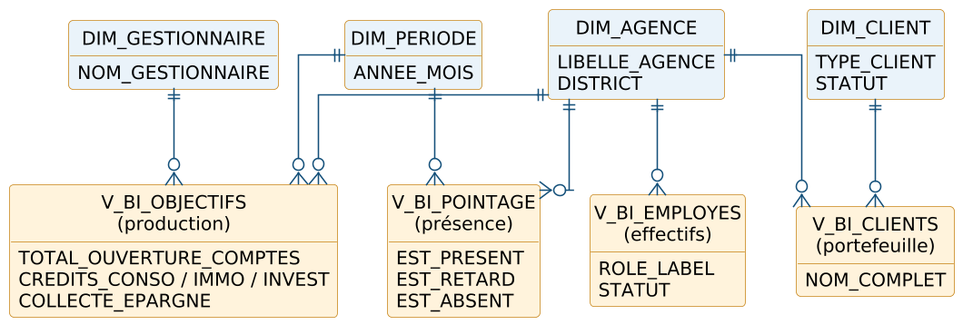
Above: rapport-latex/diagrams/bi.png in ZizouX0/oussema_korbosli (PlantUML), before the change.
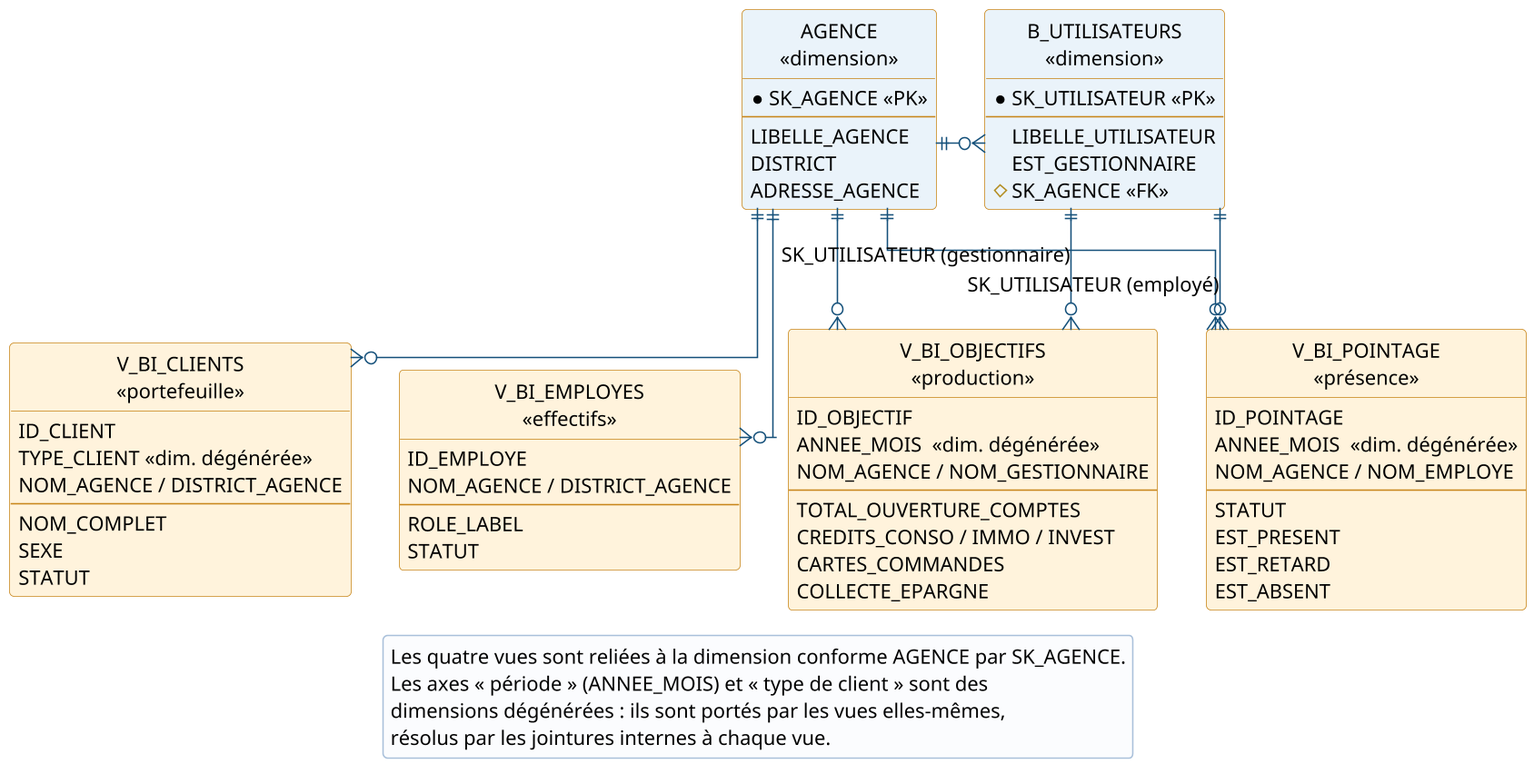
After the change.

What changed in the source:
```diff
@@ -3,54 +3,90 @@
 skinparam dpi 150
 skinparam shadowing false
 skinparam DefaultFontName Arial
-skinparam DefaultFontSize 13
+skinparam DefaultFontSize 14
 skinparam ArrowColor #14507A
 skinparam roundCorner 6
 
 skinparam linetype ortho
+skinparam nodesep 34
+skinparam ranksep 85
 skinparam class {
   BackgroundColor #FFF3DC
   BorderColor #C8861A
 }
+skinparam legendBackgroundColor #FBFCFE
+skinparam legendBorderColor #A9C0DA
 hide circle
 hide methods
-entity "DIM_AGENCE" as DA #EAF3FA {
+
+entity "AGENCE\n<<dimension>>" as DA #EAF3FA {
+  *SK_AGENCE <<PK>>
+  --
   LIBELLE_AGENCE
   DISTRICT
+  ADRESSE_AGENCE
 }
-entity "DIM_GESTIONNAIRE" as DG #EAF3FA {
-  NOM_GESTIONNAIRE
+entity "B_UTILISATEURS\n<<dimension>>" as DG #EAF3FA {
+  *SK_UTILISATEUR <<PK>>
+  --
+  LIBELLE_UTILISATEUR
+  EST_GESTIONNAIRE
+  #SK_AGENCE <<FK>>
 }
-entity "DIM_PERIODE" as DP #EAF3FA {
-  ANNEE_MOIS
-}
-entity "DIM_CLIENT" as DCx #EAF3FA {
-  TYPE_CLIENT
-  STATUT
-}
-entity "V_BI_OBJECTIFS\n(production)" as F1 {
+
+entity "V_BI_OBJECTIFS\n<<production>>" as F1 {
+  ID_OBJECTIF
+  ANNEE_MOIS  <<dim. dégénérée>>
+  NOM_AGENCE / NOM_GESTIONNAIRE
+  --
   TOTAL_OUVERTURE_COMPTES
   CREDITS_CONSO / IMMO / INVEST
+  CARTES_COMMANDES
   COLLECTE_EPARGNE
 }
-entity "V_BI_EMPLOYES\n(effectifs)" as F2 {
+entity "V_BI_EMPLOYES\n<<effectifs>>" as F2 {
+  ID_EMPLOYE
+  NOM_AGENCE / DISTRICT_AGENCE
+  --
   ROLE_LABEL
   STATUT
 }
-entity "V_BI_CLIENTS\n(portefeuille)" as F3 {
+entity "V_BI_CLIENTS\n<<portefeuille>>" as F3 {
+  ID_CLIENT
+  TYPE_CLIENT <<dim. dégénérée>>
+  NOM_AGENCE / DISTRICT_AGENCE
+  --
   NOM_COMPLET
+  SEXE
+  STATUT
 }
-entity "V_BI_POINTAGE\n(présence)" as F4 {
+entity "V_BI_POINTAGE\n<<présence>>" as F4 {
+  ID_POINTAGE
+  ANNEE_MOIS  <<dim. dégénérée>>
+  NOM_AGENCE / NOM_EMPLOYE
+  --
+  STATUT
   EST_PRESENT
   EST_RETARD
   EST_ABSENT
 }
+
+DA -[hidden]right- DG
+F2 -[hidden]right- F1
+F3 -[hidden]right- F4
+
 DA ||--o{ F1
-DG ||--o{ F1
-DP ||--o{ F1
 DA ||--o{ F2
 DA ||--o{ F3
-DCx ||--o{ F3
 DA ||--o{ F4
-DP ||--o{ F4
+DA ||--o{ DG
+DG ||--o{ F1 : SK_UTILISATEUR (gestionnaire)
+DG ||--o{ F4 : SK_UTILISATEUR (employé)
+
+legend bottom
+  Les quatre vues sont reliées à la dimension conforme AGENCE par SK_AGENCE.
+  Les axes « période » (ANNEE_MOIS) et « type de client » sont des
+  dimensions dégénérées : ils sont portés par les vues elles-mêmes,
+  résolus par les jointures internes à chaque vue.
+endlegend
 @enduml
```
